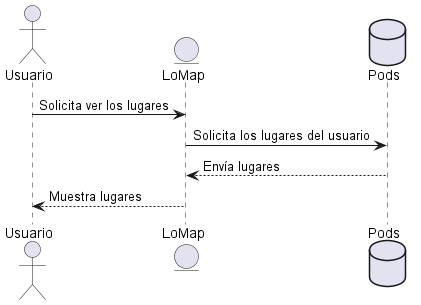
Arquisoft/lomap_es3c keeps this PlantUML diagram as images/Sequence diagram06.png. Above is the earlier version. The source it was exported from:
```plantuml
@startuml
actor Usuario
entity LoMap
Usuario -> LoMap: Solicita ver los lugares
database Pod as "Pods"
LoMap-> Pod: Solicita los lugares del usuario
Pod--> LoMap: Envía lugares
LoMap--> Usuario: Muestra lugares
@enduml
```
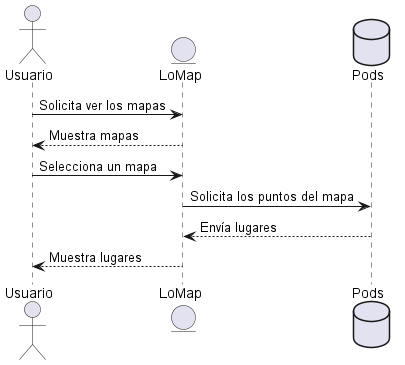
Above is the later version.

The edit, as a diff of the source:
```diff
@@ -1,9 +1,11 @@
 @startuml
 actor Usuario
 entity LoMap
-Usuario -> LoMap: Solicita ver los lugares
+Usuario -> LoMap: Solicita ver los mapas
+LoMap --> Usuario: Muestra mapas
+Usuario -> LoMap: Selecciona un mapa
 database Pod as "Pods"
-LoMap-> Pod: Solicita los lugares del usuario
+LoMap-> Pod: Solicita los puntos del mapa
 Pod--> LoMap: Envía lugares
 LoMap--> Usuario: Muestra lugares
 @enduml
```
